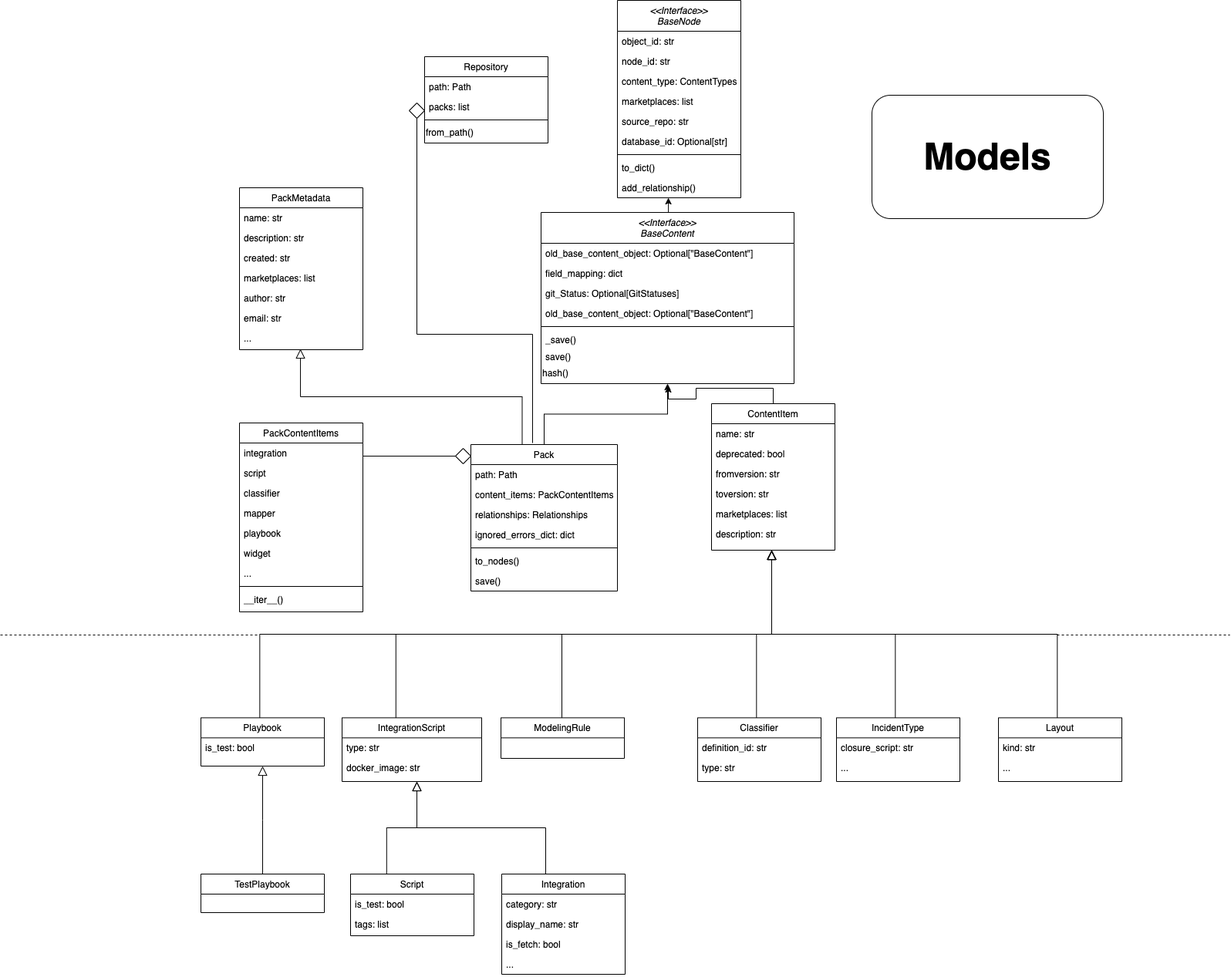
demisto/demisto-sdk keeps this draw.io diagram as demisto_sdk/commands/content_graph/images/models.png. Above is the earlier version. Source tidied: cells renumbered, new cells last; positions are measured from the earlier drawing's top-left corner, leaving out a move shared by most shapes.
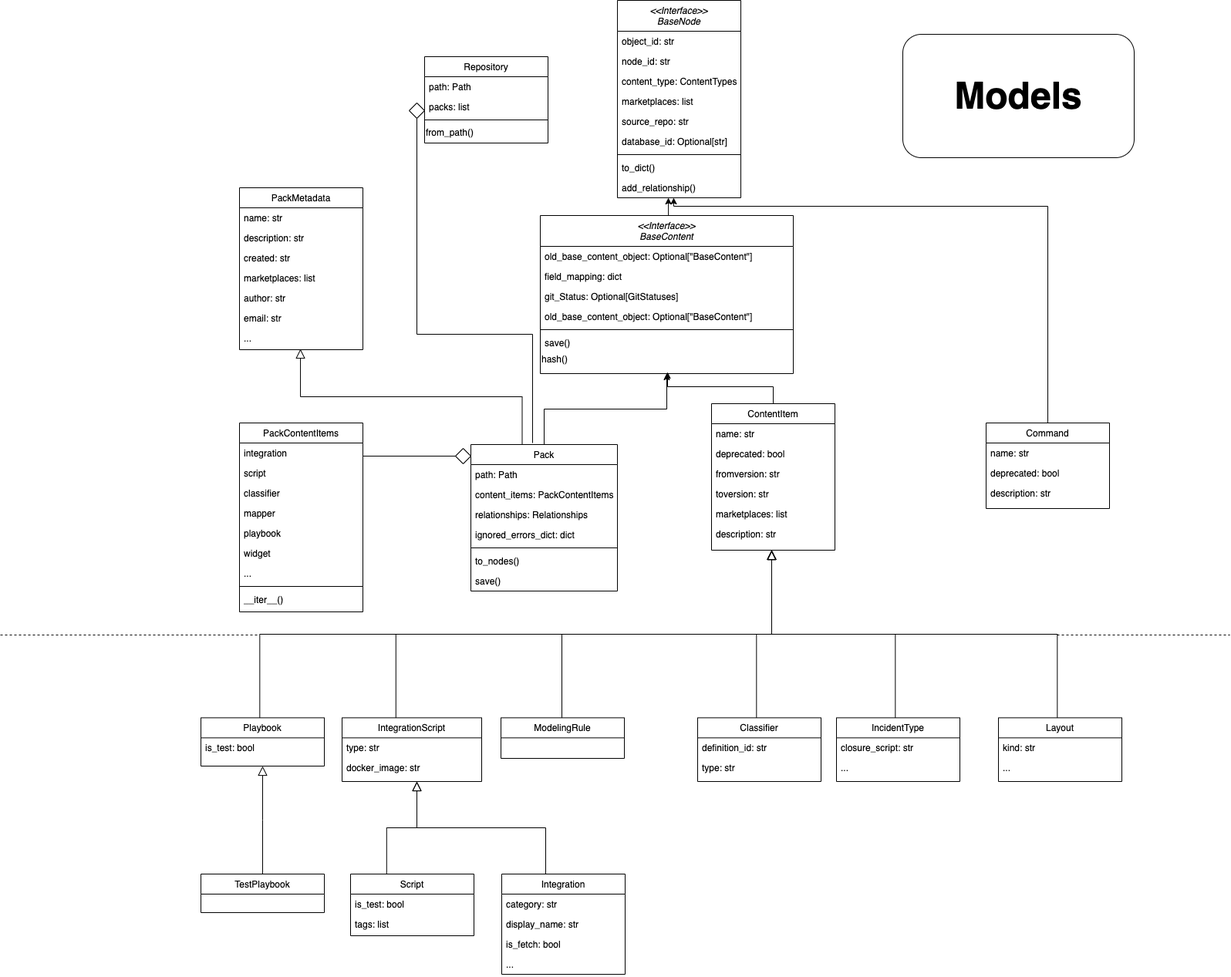
The same file after the commit.

Diff of the diagram source:
```diff
@@ -285,13 +285,13 @@
       </mxGeometry>
     </mxCell>
     <mxCell id="84" value="&lt;span style=&quot;font-size: 48px;&quot;&gt;&lt;b&gt;Models&lt;/b&gt;&lt;/span&gt;" style="rounded=1;whiteSpace=wrap;html=1;" parent="1" vertex="1">
-      <mxGeometry x="1130" y="123" width="300" height="160" as="geometry" />
+      <mxGeometry x="1170" y="44" width="300" height="160" as="geometry" />
     </mxCell>
     <mxCell id="85" style="edgeStyle=orthogonalEdgeStyle;rounded=0;jettySize=auto;html=1;exitX=0.5;exitY=0;exitDx=0;exitDy=0;entryX=0.413;entryY=1;entryDx=0;entryDy=0;entryPerimeter=0;" parent="1" edge="1" source="86" target="104">
       <mxGeometry relative="1" as="geometry" />
     </mxCell>
     <mxCell id="86" value="&lt;&lt;Interface&gt;&gt;&#10;BaseContent" style="swimlane;fontStyle=2;align=center;verticalAlign=top;horizontal=1;startSize=40;rounded=0;shadow=0;strokeWidth=1;" parent="1" vertex="1">
-      <mxGeometry x="701" y="275" width="328" height="222" as="geometry" />
+      <mxGeometry x="700" y="279" width="328" height="205" as="geometry" />
     </mxCell>
     <mxCell id="87" value="old_base_content_object: Optional[&quot;BaseContent&quot;]" style="text;align=left;verticalAlign=top;spacingLeft=4;spacingRight=4;overflow=hidden;" parent="86" vertex="1">
       <mxGeometry y="40" width="328" height="26" as="geometry" />
@@ -308,14 +308,11 @@
     <mxCell id="91" style="line;html=1;strokeWidth=1;align=left;verticalAlign=middle;spacingTop=-1;spacingLeft=3;spacingRight=3;labelPosition=right;" parent="86" vertex="1">
       <mxGeometry y="144" width="328" height="8" as="geometry" />
     </mxCell>
-    <mxCell id="92" value="_save()" style="text;align=left;verticalAlign=top;spacingLeft=4;spacingRight=4;overflow=hidden;" parent="86" vertex="1">
-      <mxGeometry y="152" width="328" height="22" as="geometry" />
-    </mxCell>
     <mxCell id="93" value="save()" style="text;align=left;verticalAlign=top;spacingLeft=4;spacingRight=4;overflow=hidden;" parent="86" vertex="1">
-      <mxGeometry y="174" width="328" height="22" as="geometry" />
+      <mxGeometry y="152" width="328" height="22" as="geometry" />
     </mxCell>
     <mxCell id="94" value="hash()" style="text;html=1;align=left;verticalAlign=middle;points=[];strokeColor=none;fillColor=none;" parent="86" vertex="1">
-      <mxGeometry y="196" width="328" height="26" as="geometry" />
+      <mxGeometry y="174" width="328" height="26" as="geometry" />
     </mxCell>
     <mxCell id="95" value="&lt;&lt;Interface&gt;&gt;&#10;BaseNode" style="swimlane;fontStyle=2;align=center;verticalAlign=top;horizontal=1;startSize=40;rounded=0;shadow=0;strokeWidth=1;" parent="1" vertex="1">
       <mxGeometry x="800" width="160" height="256" as="geometry" />
@@ -347,5 +344,25 @@
     <mxCell id="104" value="add_relationship()" style="text;align=left;verticalAlign=top;spacingLeft=4;spacingRight=4;overflow=hidden;points=[[0,0.5],[1,0.5]];portConstraint=eastwest;" parent="95" vertex="1">
       <mxGeometry y="230" width="160" height="26" as="geometry" />
     </mxCell>
+    <mxCell id="105" value="Command" style="swimlane;fontStyle=0;align=center;verticalAlign=top;horizontal=1;startSize=26;rounded=0;shadow=0;strokeWidth=1;" parent="1" vertex="1">
+      <mxGeometry x="1278" y="548" width="160" height="111" as="geometry" />
+    </mxCell>
+    <mxCell id="106" value="name: str" style="text;align=left;verticalAlign=top;spacingLeft=4;spacingRight=4;overflow=hidden;rounded=0;shadow=0;html=0;" parent="105" vertex="1">
+      <mxGeometry y="26" width="160" height="26" as="geometry" />
+    </mxCell>
+    <mxCell id="107" value="deprecated: bool" style="text;align=left;verticalAlign=top;spacingLeft=4;spacingRight=4;overflow=hidden;rounded=0;shadow=0;html=0;" parent="105" vertex="1">
+      <mxGeometry y="52" width="160" height="26" as="geometry" />
+    </mxCell>
+    <mxCell id="108" value="description: str" style="text;align=left;verticalAlign=top;spacingLeft=4;spacingRight=4;overflow=hidden;" parent="105" vertex="1">
+      <mxGeometry y="78" width="160" height="26" as="geometry" />
+    </mxCell>
+    <mxCell id="109" style="edgeStyle=orthogonalEdgeStyle;rounded=0;jettySize=auto;html=1;exitX=0.5;exitY=0;exitDx=0;exitDy=0;entryX=0.456;entryY=1;entryDx=0;entryDy=0;entryPerimeter=0;" parent="1" edge="1" source="105" target="104">
+      <mxGeometry relative="1" as="geometry">
+        <Array as="points">
+          <mxPoint x="1358" y="267" />
+          <mxPoint x="873" y="267" />
+        </Array>
+      </mxGeometry>
+    </mxCell>
   </root>
 </mxGraphModel>
```
